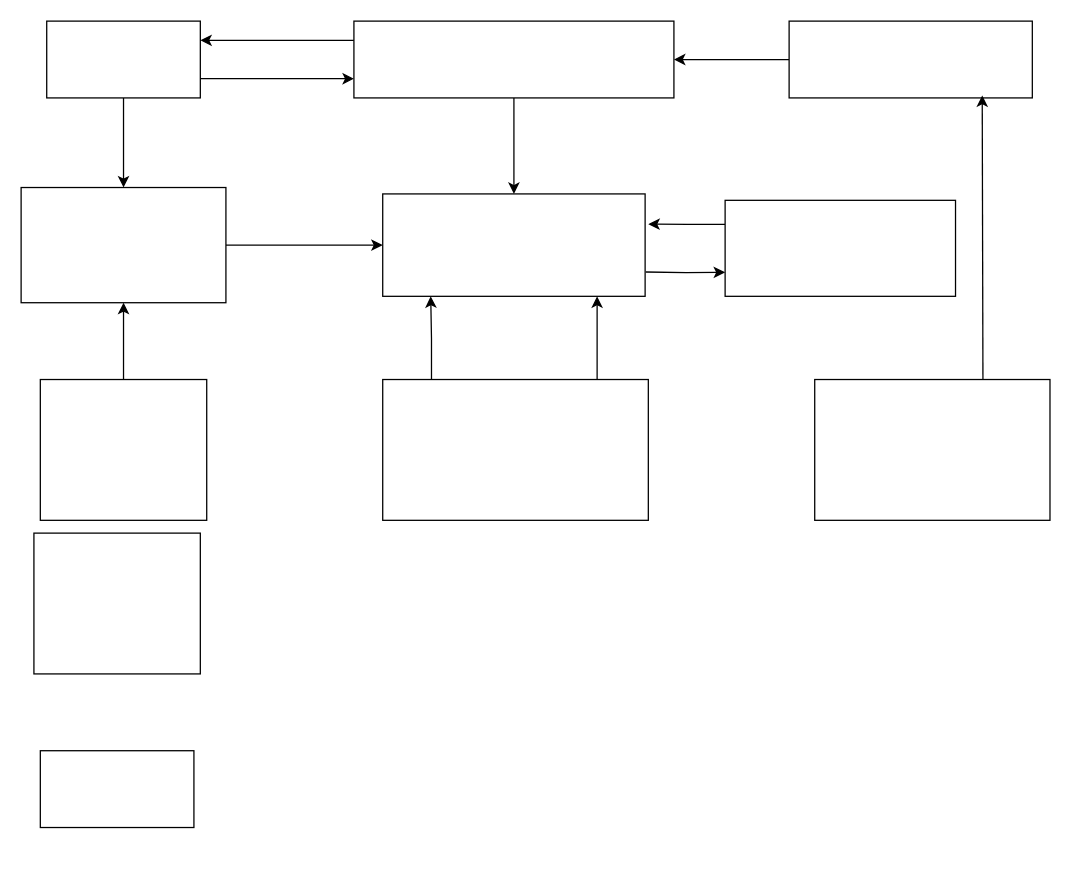
The draw.io diagram 2.3.drawio in dotNETDev-Zayniddin/AdvOOP-1, before the edit. Source tidied: cells renumbered, new cells numbered last; positions are measured from the earlier drawing's top-left corner, leaving out a move shared by most shapes. Both pictures are drawn from the tidied source at 128%, with x=0, y=0 at pixel (20, 20).
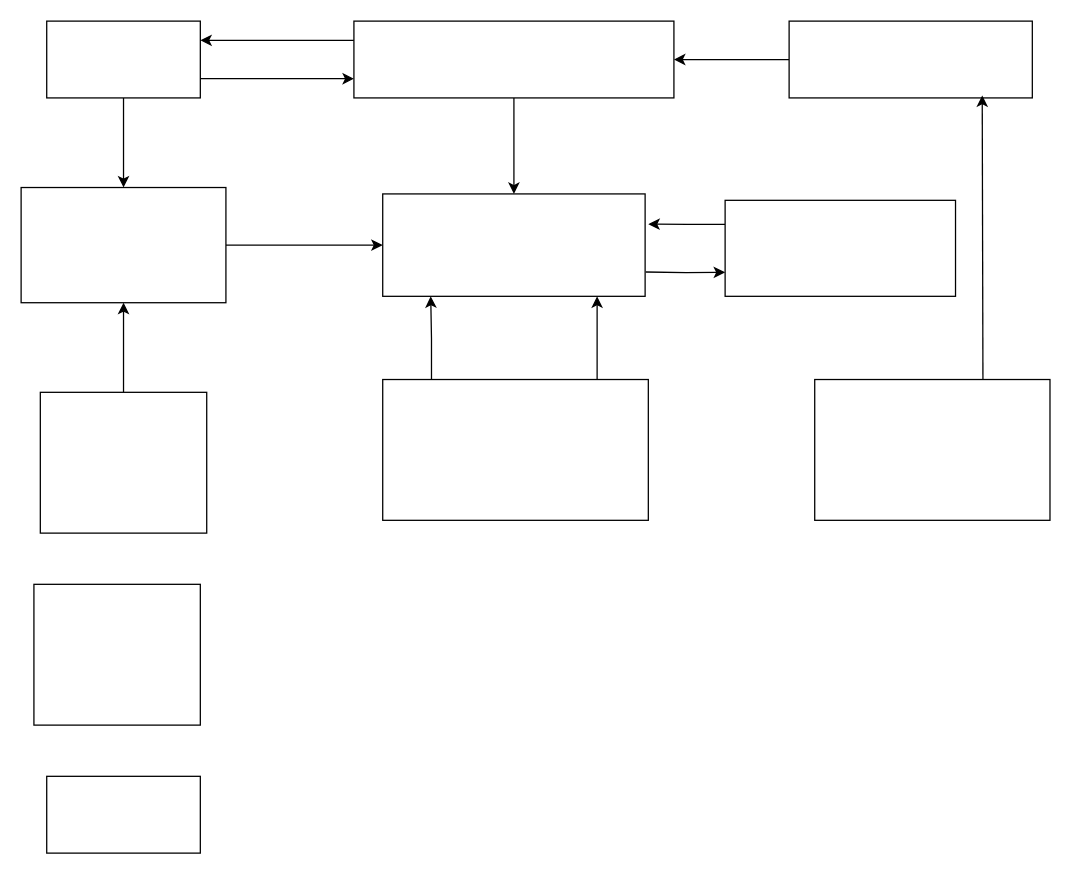
The same diagram, later.

Diff of the diagram source:
```diff
@@
     <mxCell id="13" style="rounded=0;whiteSpace=wrap;html=1;" parent="1" vertex="1">
-      <mxGeometry x="15" y="280" width="130" height="110" as="geometry" />
+      <mxGeometry x="15" y="290" width="130" height="110" as="geometry" />
     </mxCell>
@@
     <mxCell id="18" style="rounded=0;whiteSpace=wrap;html=1;" parent="1" vertex="1">
-      <mxGeometry x="10" y="400" width="130" height="110" as="geometry" />
+      <mxGeometry x="10" y="440" width="130" height="110" as="geometry" />
     </mxCell>
     <mxCell id="19" style="rounded=0;whiteSpace=wrap;html=1;" parent="1" vertex="1">
-      <mxGeometry x="15" y="570" width="120" height="60" as="geometry" />
+      <mxGeometry x="20" y="590" width="120" height="60" as="geometry" />
     </mxCell>
@@
+    <mxCell id="25" style="edgeStyle=orthogonalEdgeStyle;rounded=0;orthogonalLoop=1;jettySize=auto;html=1;exitX=0.5;exitY=1;exitDx=0;exitDy=0;" parent="1" edge="1" source="18" target="18">
+      <mxGeometry relative="1" as="geometry" />
+    </mxCell>
```
